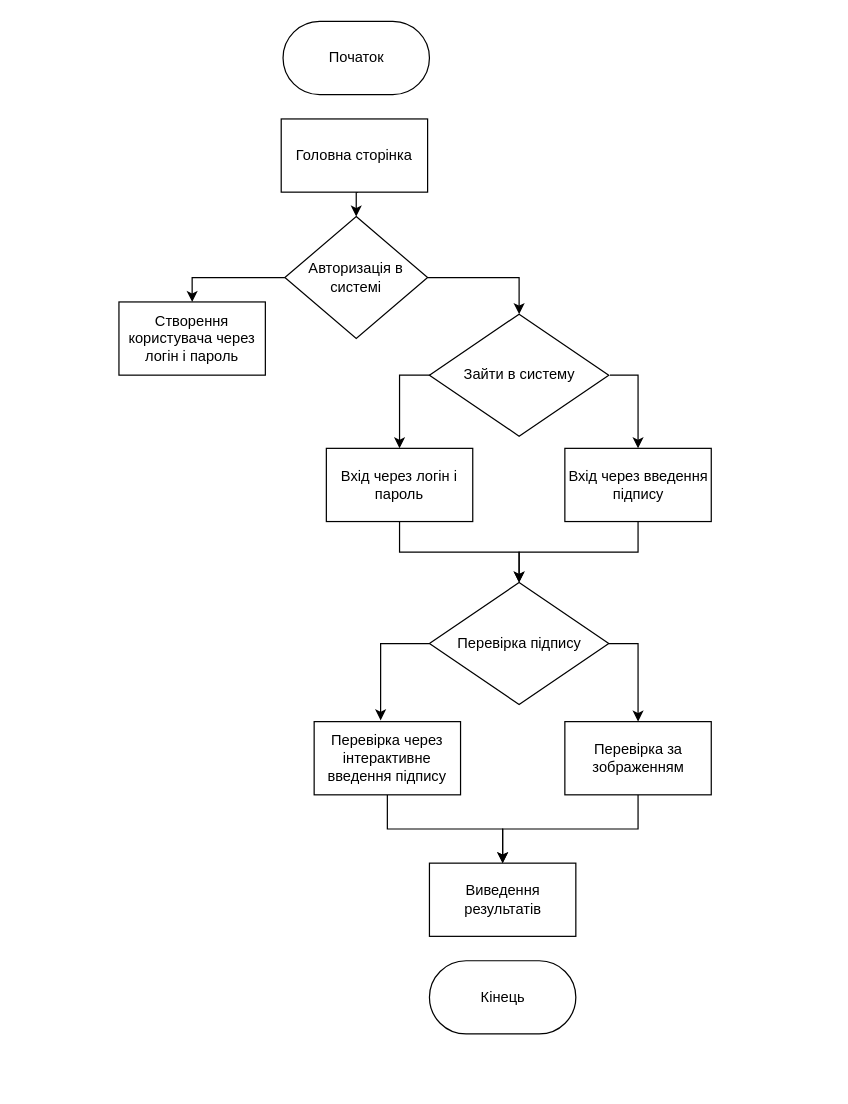
Earlier version of the draw.io diagram user_scenario.drawio (Pavlo-Olshansky/Python). Source tidied: cells renumbered, new cells numbered last; positions are measured from the earlier drawing's top-left corner, leaving out a move shared by most shapes. Both pictures are drawn from the tidied source at 122%, with x=0, y=0 at pixel (118, 21).
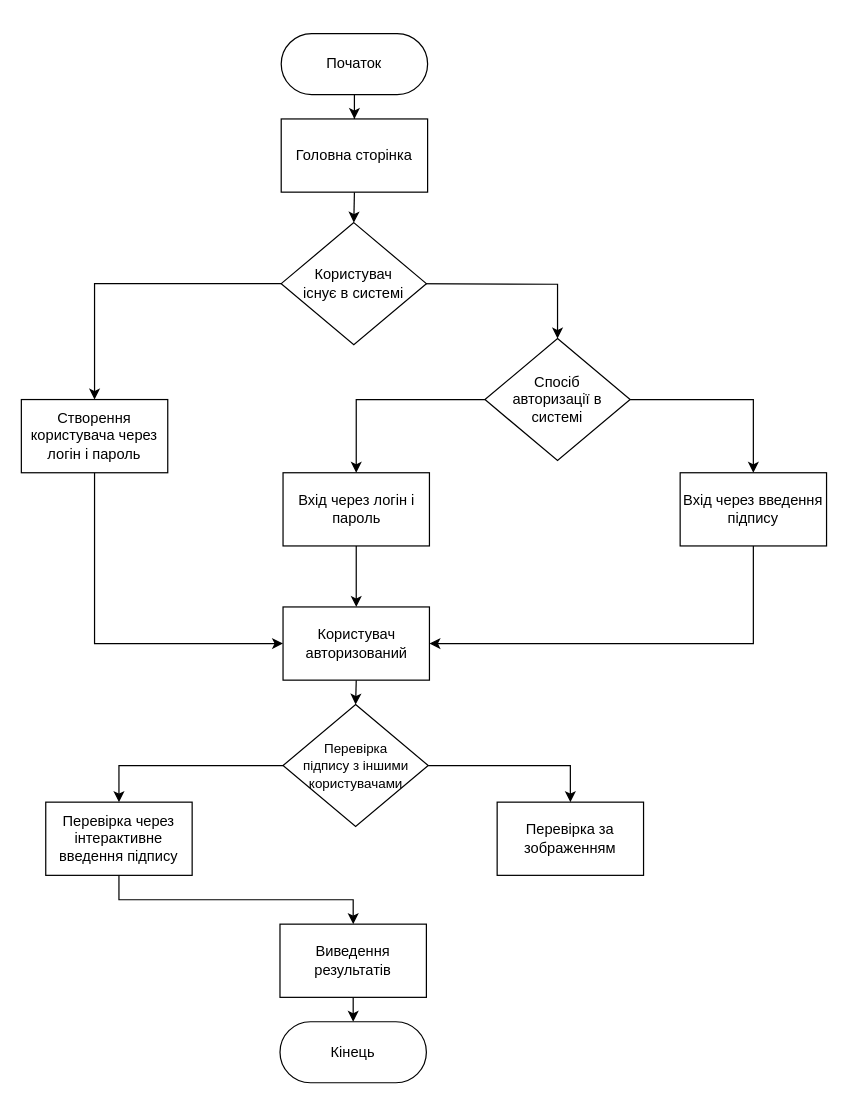
After the change.

The change refers to these unchanged cells:
```xml
<mxCell id="3" value="Головна сторінка" style="rounded=0;whiteSpace=wrap;html=1;" parent="1" vertex="1">
  <mxGeometry x="133" y="80" width="120" height="60" as="geometry" />
</mxCell>
```

Diff of the diagram source:
```diff
@@
-    <mxCell id="2" style="edgeStyle=orthogonalEdgeStyle;rounded=0;jettySize=auto;html=1;exitX=0.5;exitY=1;exitDx=0;exitDy=0;entryX=0.5;entryY=0;entryDx=0;entryDy=0;" parent="1" edge="1" target="6">
-      <mxGeometry relative="1" as="geometry">
-        <mxPoint x="196" y="140" as="sourcePoint" />
-      </mxGeometry>
-    </mxCell>
+    <mxCell id="25" style="edgeStyle=orthogonalEdgeStyle;rounded=0;jettySize=auto;html=1;exitX=0.5;exitY=1;exitDx=0;exitDy=0;entryX=0.5;entryY=0;entryDx=0;entryDy=0;" parent="1" edge="1" source="3" target="33">
+      <mxGeometry relative="1" as="geometry" />
+    </mxCell>
@@
-    <mxCell id="4" style="edgeStyle=orthogonalEdgeStyle;rounded=0;jettySize=auto;html=1;exitX=1;exitY=0.5;exitDx=0;exitDy=0;entryX=0.5;entryY=0;entryDx=0;entryDy=0;" parent="1" edge="1" source="6" target="9">
-      <mxGeometry relative="1" as="geometry" />
-    </mxCell>
-    <mxCell id="5" style="edgeStyle=orthogonalEdgeStyle;rounded=0;jettySize=auto;html=1;exitX=0;exitY=0.5;exitDx=0;exitDy=0;entryX=0.5;entryY=0;entryDx=0;entryDy=0;" parent="1" edge="1" source="6" target="17">
-      <mxGeometry relative="1" as="geometry" />
-    </mxCell>
-    <mxCell id="6" value="Авторизація в системі" style="rhombus;whiteSpace=wrap;html=1;" parent="1" vertex="1">
-      <mxGeometry x="136" y="160" width="117" height="100" as="geometry" />
-    </mxCell>
-    <mxCell id="7" style="edgeStyle=orthogonalEdgeStyle;rounded=0;jettySize=auto;html=1;exitX=0;exitY=0.5;exitDx=0;exitDy=0;entryX=0.5;entryY=0;entryDx=0;entryDy=0;" parent="1" edge="1" target="14">
-      <mxGeometry relative="1" as="geometry">
-        <mxPoint x="255.5" y="290" as="sourcePoint" />
-        <Array as="points">
-          <mxPoint x="230" y="290" />
-        </Array>
-      </mxGeometry>
-    </mxCell>
-    <mxCell id="8" style="edgeStyle=orthogonalEdgeStyle;rounded=0;jettySize=auto;html=1;exitX=1;exitY=0.5;exitDx=0;exitDy=0;entryX=0.5;entryY=0;entryDx=0;entryDy=0;" parent="1" edge="1" target="16">
-      <mxGeometry relative="1" as="geometry">
-        <mxPoint x="402.5" y="290" as="sourcePoint" />
-        <Array as="points">
-          <mxPoint x="426" y="290" />
-        </Array>
-      </mxGeometry>
-    </mxCell>
-    <mxCell id="9" value="&lt;span style=&quot;white-space: normal&quot;&gt;Зайти в систему&lt;/span&gt;" style="rhombus;whiteSpace=wrap;html=1;" parent="1" vertex="1">
-      <mxGeometry x="254.5" y="240" width="147" height="100" as="geometry" />
-    </mxCell>
-    <mxCell id="10" style="edgeStyle=orthogonalEdgeStyle;rounded=0;jettySize=auto;html=1;exitX=0;exitY=0.5;exitDx=0;exitDy=0;entryX=0.454;entryY=-0.017;entryDx=0;entryDy=0;entryPerimeter=0;" parent="1" edge="1" source="12" target="19">
-      <mxGeometry relative="1" as="geometry" />
-    </mxCell>
-    <mxCell id="11" style="edgeStyle=orthogonalEdgeStyle;rounded=0;jettySize=auto;html=1;exitX=1;exitY=0.5;exitDx=0;exitDy=0;entryX=0.5;entryY=0;entryDx=0;entryDy=0;" parent="1" edge="1" source="12" target="22">
-      <mxGeometry relative="1" as="geometry" />
-    </mxCell>
-    <mxCell id="12" value="Перевірка підпису" style="rhombus;whiteSpace=wrap;html=1;" parent="1" vertex="1">
-      <mxGeometry x="254.5" y="460" width="147" height="100" as="geometry" />
-    </mxCell>
-    <mxCell id="13" style="edgeStyle=orthogonalEdgeStyle;rounded=0;jettySize=auto;html=1;exitX=0.5;exitY=1;exitDx=0;exitDy=0;entryX=0.5;entryY=0;entryDx=0;entryDy=0;" parent="1" edge="1" source="14" target="12">
-      <mxGeometry relative="1" as="geometry" />
-    </mxCell>
+    <mxCell id="26" style="edgeStyle=orthogonalEdgeStyle;rounded=0;jettySize=auto;html=1;exitX=0.5;exitY=1;exitDx=0;exitDy=0;entryX=0.5;entryY=0;entryDx=0;entryDy=0;" parent="1" edge="1" source="14" target="41">
+      <mxGeometry relative="1" as="geometry" />
+    </mxCell>
     <mxCell id="14" value="Вхід через логін і пароль" style="rounded=0;whiteSpace=wrap;html=1;" parent="1" vertex="1">
-      <mxGeometry x="170" y="350" width="120" height="60" as="geometry" />
+      <mxGeometry x="134.5" y="370" width="120" height="60" as="geometry" />
     </mxCell>
-    <mxCell id="15" style="edgeStyle=orthogonalEdgeStyle;rounded=0;jettySize=auto;html=1;exitX=0.5;exitY=1;exitDx=0;exitDy=0;entryX=0.5;entryY=0;entryDx=0;entryDy=0;" parent="1" edge="1" source="16" target="12">
-      <mxGeometry relative="1" as="geometry" />
-    </mxCell>
+    <mxCell id="27" style="edgeStyle=orthogonalEdgeStyle;rounded=0;jettySize=auto;html=1;exitX=0.5;exitY=1;exitDx=0;exitDy=0;entryX=1;entryY=0.5;entryDx=0;entryDy=0;" parent="1" edge="1" source="16" target="41">
+      <mxGeometry relative="1" as="geometry" />
+    </mxCell>
     <mxCell id="16" value="Вхід через введення підпису" style="rounded=0;whiteSpace=wrap;html=1;" parent="1" vertex="1">
-      <mxGeometry x="365.5" y="350" width="120" height="60" as="geometry" />
+      <mxGeometry x="460" y="370" width="120" height="60" as="geometry" />
     </mxCell>
+    <mxCell id="28" style="edgeStyle=orthogonalEdgeStyle;rounded=0;jettySize=auto;html=1;exitX=0.5;exitY=1;exitDx=0;exitDy=0;entryX=0;entryY=0.5;entryDx=0;entryDy=0;" parent="1" edge="1" source="17" target="41">
+      <mxGeometry relative="1" as="geometry" />
+    </mxCell>
     <mxCell id="17" value="Створення користувача через логін і пароль" style="rounded=0;whiteSpace=wrap;html=1;" parent="1" vertex="1">
-      <mxGeometry y="230" width="120" height="60" as="geometry" />
+      <mxGeometry x="-80" y="310" width="120" height="60" as="geometry" />
     </mxCell>
-    <mxCell id="18" style="edgeStyle=orthogonalEdgeStyle;rounded=0;jettySize=auto;html=1;" parent="1" edge="1" source="19" target="20">
+    <mxCell id="18" style="edgeStyle=orthogonalEdgeStyle;rounded=0;jettySize=auto;html=1;exitX=0.5;exitY=1;exitDx=0;exitDy=0;entryX=0.5;entryY=0;entryDx=0;entryDy=0;" parent="1" edge="1" source="19" target="20">
       <mxGeometry relative="1" as="geometry" />
     </mxCell>
     <mxCell id="19" value="Перевірка через інтерактивне введення підпису" style="rounded=0;whiteSpace=wrap;html=1;" parent="1" vertex="1">
-      <mxGeometry x="160" y="574" width="120" height="60" as="geometry" />
+      <mxGeometry x="-60" y="640" width="120" height="60" as="geometry" />
     </mxCell>
+    <mxCell id="29" style="edgeStyle=orthogonalEdgeStyle;rounded=0;jettySize=auto;html=1;exitX=0.5;exitY=1;exitDx=0;exitDy=0;entryX=0.5;entryY=0;entryDx=0;entryDy=0;" parent="1" edge="1" source="20" target="23">
+      <mxGeometry relative="1" as="geometry" />
+    </mxCell>
     <mxCell id="20" value="Виведення результатів" style="rounded=0;whiteSpace=wrap;html=1;" parent="1" vertex="1">
-      <mxGeometry x="254.5" y="690" width="120" height="60" as="geometry" />
+      <mxGeometry x="132" y="740" width="120" height="60" as="geometry" />
     </mxCell>
-    <mxCell id="21" style="edgeStyle=orthogonalEdgeStyle;rounded=0;jettySize=auto;html=1;exitX=0.5;exitY=1;exitDx=0;exitDy=0;entryX=0.5;entryY=0;entryDx=0;entryDy=0;" parent="1" edge="1" source="22" target="20">
-      <mxGeometry relative="1" as="geometry" />
-    </mxCell>
     <mxCell id="22" value="Перевірка за зображенням" style="rounded=0;whiteSpace=wrap;html=1;" parent="1" vertex="1">
-      <mxGeometry x="365.5" y="574" width="120" height="60" as="geometry" />
+      <mxGeometry x="310" y="640" width="120" height="60" as="geometry" />
     </mxCell>
     <mxCell id="23" value="Кінець" style="rounded=1;whiteSpace=wrap;html=1;arcSize=50;" parent="1" vertex="1">
-      <mxGeometry x="254.5" y="770" width="120" height="60" as="geometry" />
+      <mxGeometry x="132" y="820" width="120" height="50" as="geometry" />
     </mxCell>
+    <mxCell id="30" style="edgeStyle=orthogonalEdgeStyle;rounded=0;jettySize=auto;html=1;entryX=0.5;entryY=0;entryDx=0;entryDy=0;" parent="1" edge="1" source="24" target="3">
+      <mxGeometry relative="1" as="geometry" />
+    </mxCell>
     <mxCell id="24" value="Початок" style="rounded=1;whiteSpace=wrap;html=1;arcSize=50;" parent="1" vertex="1">
-      <mxGeometry x="134.5" width="120" height="60" as="geometry" />
+      <mxGeometry x="133" y="10" width="120" height="50" as="geometry" />
     </mxCell>
+    <mxCell id="31" style="edgeStyle=orthogonalEdgeStyle;rounded=0;jettySize=auto;html=1;entryX=0.5;entryY=0;entryDx=0;entryDy=0;exitX=0;exitY=0.5;exitDx=0;exitDy=0;" parent="1" edge="1" source="33" target="17">
+      <mxGeometry relative="1" as="geometry" />
+    </mxCell>
+    <mxCell id="32" style="edgeStyle=orthogonalEdgeStyle;rounded=0;jettySize=auto;html=1;exitX=1;exitY=0.5;exitDx=0;exitDy=0;entryX=0.5;entryY=0;entryDx=0;entryDy=0;" parent="1" edge="1" target="39">
+      <mxGeometry relative="1" as="geometry">
+        <mxPoint x="232" y="215" as="sourcePoint" />
+      </mxGeometry>
+    </mxCell>
+    <mxCell id="33" value="Користувач&lt;br&gt;існує в системі" style="rhombus;whiteSpace=wrap;html=1;" parent="1" vertex="1">
+      <mxGeometry x="133" y="165" width="119" height="100" as="geometry" />
+    </mxCell>
+    <mxCell id="34" style="edgeStyle=orthogonalEdgeStyle;rounded=0;jettySize=auto;html=1;exitX=1;exitY=0.5;exitDx=0;exitDy=0;entryX=0.5;entryY=0;entryDx=0;entryDy=0;" parent="1" edge="1" source="36" target="22">
+      <mxGeometry relative="1" as="geometry" />
+    </mxCell>
+    <mxCell id="35" style="edgeStyle=orthogonalEdgeStyle;rounded=0;jettySize=auto;html=1;exitX=0;exitY=0.5;exitDx=0;exitDy=0;entryX=0.5;entryY=0;entryDx=0;entryDy=0;" parent="1" edge="1" source="36" target="19">
+      <mxGeometry relative="1" as="geometry" />
+    </mxCell>
+    <mxCell id="36" value="&lt;font style=&quot;font-size: 11px&quot;&gt;Перевірка&lt;br&gt;підпису з іншими користувачами&lt;/font&gt;" style="rhombus;whiteSpace=wrap;html=1;" parent="1" vertex="1">
+      <mxGeometry x="134.5" y="560" width="119" height="100" as="geometry" />
+    </mxCell>
+    <mxCell id="37" style="edgeStyle=orthogonalEdgeStyle;rounded=0;jettySize=auto;html=1;exitX=1;exitY=0.5;exitDx=0;exitDy=0;entryX=0.5;entryY=0;entryDx=0;entryDy=0;" parent="1" edge="1" source="39" target="16">
+      <mxGeometry relative="1" as="geometry" />
+    </mxCell>
+    <mxCell id="38" style="edgeStyle=orthogonalEdgeStyle;rounded=0;jettySize=auto;html=1;exitX=0;exitY=0.5;exitDx=0;exitDy=0;entryX=0.5;entryY=0;entryDx=0;entryDy=0;" parent="1" edge="1" source="39" target="14">
+      <mxGeometry relative="1" as="geometry" />
+    </mxCell>
+    <mxCell id="39" value="Спосіб&lt;br&gt;авторизації в системі" style="rhombus;whiteSpace=wrap;html=1;" parent="1" vertex="1">
+      <mxGeometry x="300" y="260" width="119" height="100" as="geometry" />
+    </mxCell>
+    <mxCell id="40" style="edgeStyle=orthogonalEdgeStyle;rounded=0;jettySize=auto;html=1;exitX=0.5;exitY=1;exitDx=0;exitDy=0;entryX=0.5;entryY=0;entryDx=0;entryDy=0;" parent="1" edge="1" source="41" target="36">
+      <mxGeometry relative="1" as="geometry" />
+    </mxCell>
+    <mxCell id="41" value="Користувач авторизований" style="rounded=0;whiteSpace=wrap;html=1;" parent="1" vertex="1">
+      <mxGeometry x="134.5" y="480" width="120" height="60" as="geometry" />
+    </mxCell>
```
